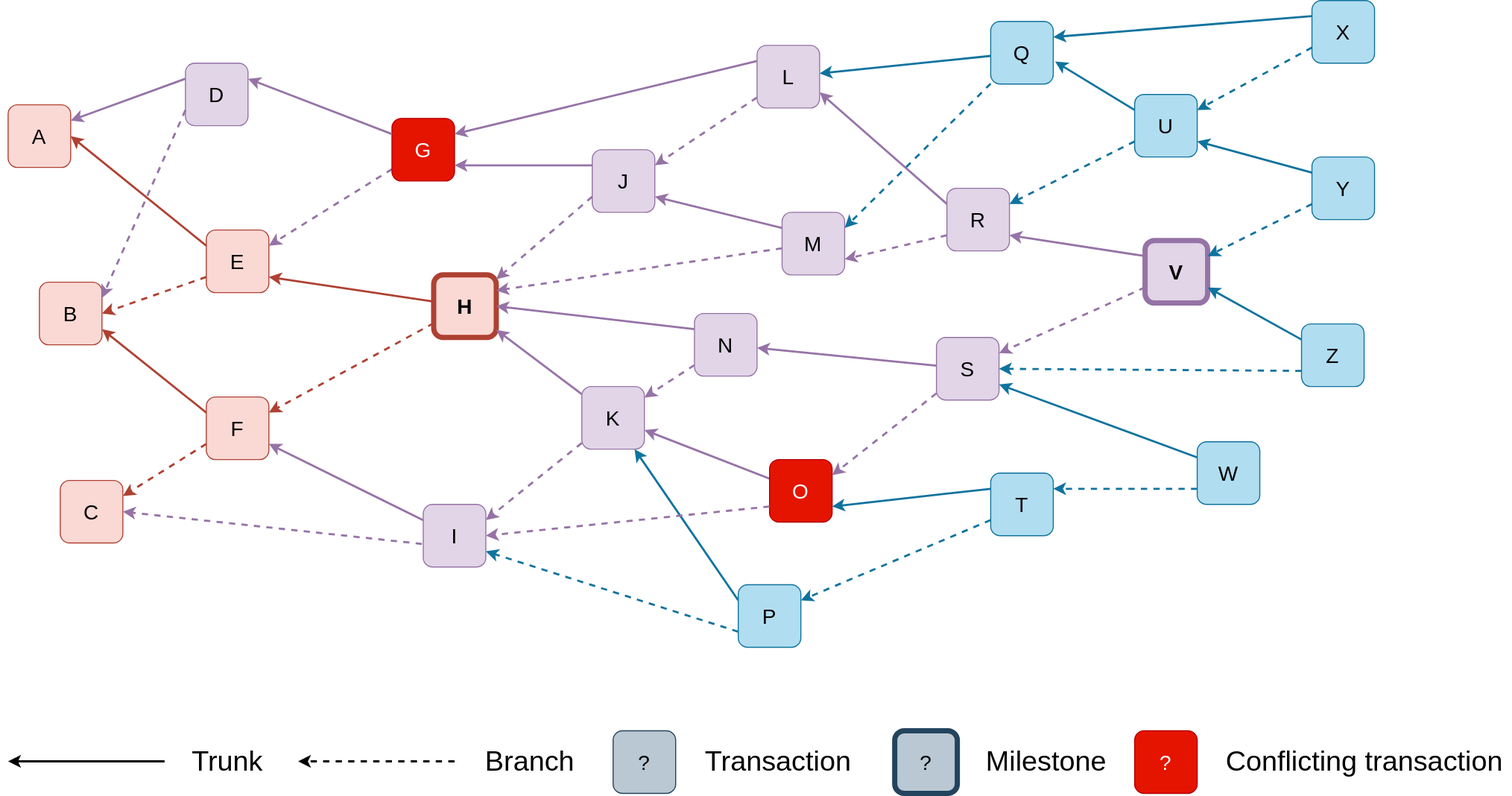
Earlier version of the draw.io export text/0005-white-flag/img/tangle-conflict.svg (iotaledger/tips). Source tidied: cells renumbered, new cells last; positions are measured from the earlier drawing's top-left corner, leaving out a move shared by most shapes.
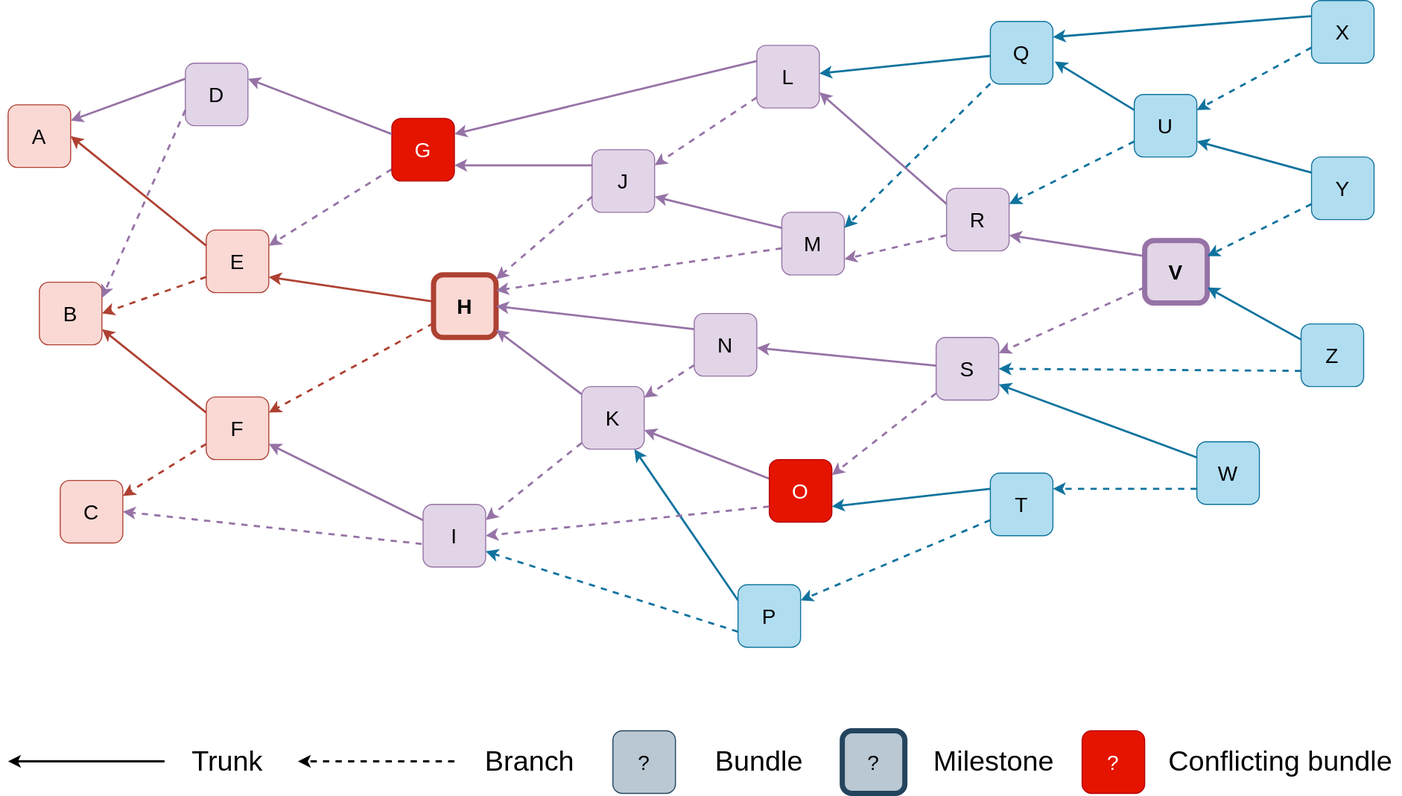
Above is the later version.

Commit message:
Topological ordering

The edit, as a diff of the source:
```diff
@@ -239,20 +239,20 @@
     <mxCell id="78" value="?" style="rounded=1;whiteSpace=wrap;html=1;fillColor=#bac8d3;strokeColor=#23445d;gradientDirection=west;fontSize=20;align=center;fontStyle=0;" parent="1" vertex="1">
       <mxGeometry x="580" y="700" width="60" height="60" as="geometry" />
     </mxCell>
-    <mxCell id="79" value="Transaction" style="text;html=1;align=center;verticalAlign=middle;fontSize=27;" parent="1" vertex="1">
-      <mxGeometry x="658" y="710" width="160" height="40" as="geometry" />
+    <mxCell id="79" value="Bundle" style="text;html=1;align=center;verticalAlign=middle;fontSize=27;" parent="1" vertex="1">
+      <mxGeometry x="670" y="710" width="100" height="40" as="geometry" />
     </mxCell>
     <mxCell id="80" value="?" style="rounded=1;whiteSpace=wrap;html=1;fillColor=#bac8d3;strokeColor=#23445d;gradientDirection=west;fontSize=20;align=center;fontStyle=0;strokeWidth=5;" parent="1" vertex="1">
-      <mxGeometry x="850" y="700" width="60" height="60" as="geometry" />
+      <mxGeometry x="800" y="700" width="60" height="60" as="geometry" />
     </mxCell>
     <mxCell id="81" value="Milestone" style="text;html=1;align=center;verticalAlign=middle;fontSize=27;" parent="1" vertex="1">
-      <mxGeometry x="930" y="710" width="130" height="40" as="geometry" />
+      <mxGeometry x="880" y="710" width="130" height="40" as="geometry" />
     </mxCell>
     <mxCell id="82" value="?" style="rounded=1;whiteSpace=wrap;html=1;fillColor=#e51400;strokeColor=#B20000;gradientDirection=west;fontSize=20;align=center;fontStyle=0;strokeWidth=1;fontColor=#ffffff;" parent="1" vertex="1">
-      <mxGeometry x="1080" y="700" width="60" height="60" as="geometry" />
+      <mxGeometry x="1030" y="700" width="60" height="60" as="geometry" />
     </mxCell>
-    <mxCell id="83" value="Conflicting transaction" style="text;html=1;align=center;verticalAlign=middle;fontSize=27;" parent="1" vertex="1">
-      <mxGeometry x="1160" y="710" width="280" height="40" as="geometry" />
+    <mxCell id="83" value="Conflicting bundle" style="text;html=1;align=center;verticalAlign=middle;fontSize=27;" parent="1" vertex="1">
+      <mxGeometry x="1105" y="710" width="230" height="40" as="geometry" />
     </mxCell>
   </root>
 </mxGraphModel>
```
